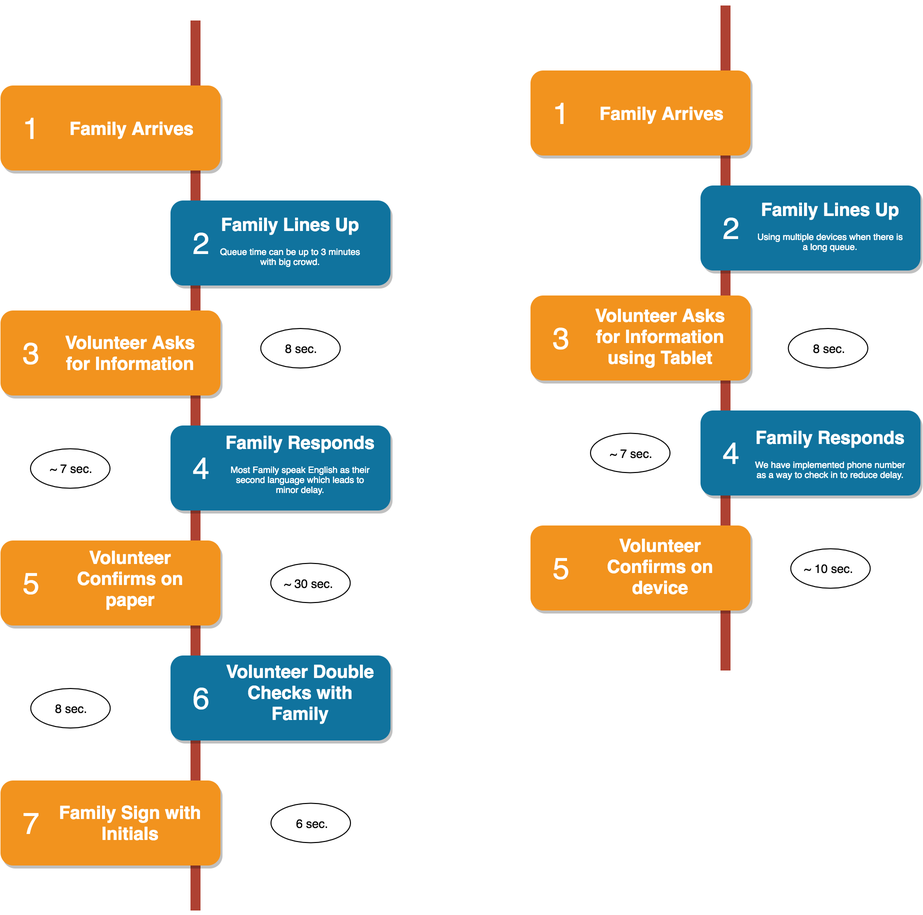
Before: pics/iaatk/iaatk-flowchart.png, a diagram exported from draw.io (matt-hoht/matt-hoht.github.io). Source tidied: cells renumbered, new cells last; positions are measured from the earlier drawing's top-left corner, leaving out a move shared by most shapes.
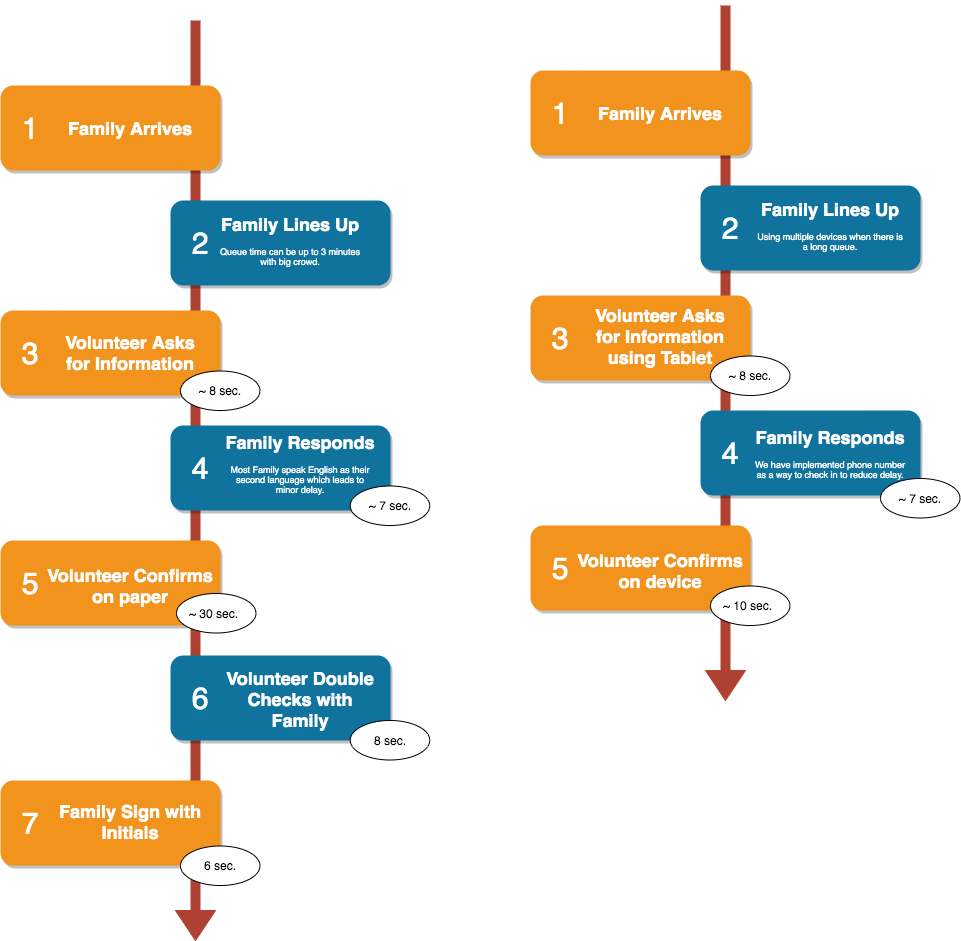
Above is the later version.

Change to the diagram source:
```diff
@@ -60,10 +60,10 @@
       <mxGeometry x="220" y="424.5" width="160" height="77" as="geometry" />
     </mxCell>
     <mxCell id="21" value="&lt;h1&gt;Volunteer Confirms on paper&lt;/h1&gt;" style="text;html=1;spacing=5;spacingTop=-20;whiteSpace=wrap;overflow=hidden;strokeColor=none;strokeWidth=4;fillColor=none;gradientColor=#007FFF;fontSize=9;fontColor=#FFFFFF;align=center;" parent="1" vertex="1">
-      <mxGeometry x="50" y="539.5" width="160" height="77" as="geometry" />
+      <mxGeometry x="40" y="557.8" width="180" height="77" as="geometry" />
     </mxCell>
     <mxCell id="22" value="&lt;h1&gt;Volunteer Double Checks with Family&lt;/h1&gt;&lt;p&gt;Lorem ipsum dolor sit amet, consectetur adipisicing elit, sed do eiusmod tempor incididunt ut labore et dolore magna aliqua.&lt;/p&gt;" style="text;html=1;spacing=5;spacingTop=-20;whiteSpace=wrap;overflow=hidden;strokeColor=none;strokeWidth=4;fillColor=none;gradientColor=#007FFF;fontSize=9;fontColor=#FFFFFF;align=center;" parent="1" vertex="1">
-      <mxGeometry x="220" y="654" width="160" height="77" as="geometry" />
+      <mxGeometry x="220" y="661" width="160" height="77" as="geometry" />
     </mxCell>
     <mxCell id="23" value="&lt;h1&gt;Family Sign with Initials&lt;/h1&gt;" style="text;html=1;spacing=5;spacingTop=-20;whiteSpace=wrap;overflow=hidden;strokeColor=none;strokeWidth=4;fillColor=none;gradientColor=#007FFF;fontSize=9;fontColor=#FFFFFF;align=center;" parent="1" vertex="1">
       <mxGeometry x="50" y="794.5" width="160" height="46" as="geometry" />
@@ -111,58 +111,64 @@
       <mxGeometry x="750" y="420" width="160" height="56" as="geometry" />
     </mxCell>
     <mxCell id="38" value="&lt;h1&gt;Volunteer Confirms on device&lt;/h1&gt;&lt;p&gt;&lt;br&gt;&lt;/p&gt;" style="text;html=1;spacing=5;spacingTop=-20;whiteSpace=wrap;overflow=hidden;strokeColor=none;strokeWidth=4;fillColor=none;gradientColor=#007FFF;fontSize=9;fontColor=#FFFFFF;align=center;" parent="1" vertex="1">
-      <mxGeometry x="580" y="527.8" width="160" height="70.5" as="geometry" />
+      <mxGeometry x="570" y="543.2" width="180" height="70.5" as="geometry" />
     </mxCell>
     <mxCell id="39" style="ellipse;whiteSpace=wrap;html=1;" parent="1" vertex="1">
-      <mxGeometry x="260.2" y="323" width="79.5" height="39.5" as="geometry" />
+      <mxGeometry x="180" y="365.5" width="79.5" height="39.5" as="geometry" />
     </mxCell>
-    <mxCell id="40" value="8 sec." style="text;html=1;strokeColor=none;fillColor=none;align=center;verticalAlign=middle;whiteSpace=wrap;rounded=0;" parent="1" vertex="1">
-      <mxGeometry x="280.2" y="332.8" width="40" height="20" as="geometry" />
+    <mxCell id="40" value="~ 8 sec." style="text;html=1;strokeColor=none;fillColor=none;align=center;verticalAlign=middle;whiteSpace=wrap;rounded=0;" parent="1" vertex="1">
+      <mxGeometry x="194.9" y="375.2" width="49.8" height="20" as="geometry" />
     </mxCell>
     <mxCell id="41" style="ellipse;whiteSpace=wrap;html=1;" parent="1" vertex="1">
-      <mxGeometry x="30" y="443.2" width="79.5" height="39.5" as="geometry" />
+      <mxGeometry x="349.8" y="480.5" width="79.5" height="39.5" as="geometry" />
     </mxCell>
     <mxCell id="42" value="~ 7 sec." style="text;html=1;strokeColor=none;fillColor=none;align=center;verticalAlign=middle;whiteSpace=wrap;rounded=0;" parent="1" vertex="1">
-      <mxGeometry x="44.8" y="453" width="50" height="20" as="geometry" />
+      <mxGeometry x="364.5" y="490.2" width="50" height="20" as="geometry" />
     </mxCell>
     <mxCell id="43" style="ellipse;whiteSpace=wrap;html=1;" parent="1" vertex="1">
-      <mxGeometry x="270.2" y="557.8" width="79.5" height="39.5" as="geometry" />
+      <mxGeometry x="176" y="588" width="79.5" height="39.5" as="geometry" />
     </mxCell>
     <mxCell id="44" value="~ 30 sec." style="text;html=1;strokeColor=none;fillColor=none;align=center;verticalAlign=middle;whiteSpace=wrap;rounded=0;" parent="1" vertex="1">
-      <mxGeometry x="280" y="567.5" width="55.1" height="20" as="geometry" />
+      <mxGeometry x="185.8" y="597.8" width="55.1" height="20" as="geometry" />
     </mxCell>
     <mxCell id="45" style="ellipse;whiteSpace=wrap;html=1;" parent="1" vertex="1">
-      <mxGeometry x="30.2" y="683" width="79.5" height="39.5" as="geometry" />
+      <mxGeometry x="349.8" y="715" width="79.5" height="39.5" as="geometry" />
     </mxCell>
     <mxCell id="46" value="8 sec." style="text;html=1;strokeColor=none;fillColor=none;align=center;verticalAlign=middle;whiteSpace=wrap;rounded=0;" parent="1" vertex="1">
-      <mxGeometry x="50.2" y="692.8" width="40" height="20" as="geometry" />
+      <mxGeometry x="369.8" y="724.8" width="40" height="20" as="geometry" />
     </mxCell>
     <mxCell id="47" style="ellipse;whiteSpace=wrap;html=1;" parent="1" vertex="1">
-      <mxGeometry x="270.5" y="797.8" width="79.5" height="39.5" as="geometry" />
+      <mxGeometry x="180" y="840.5" width="79.5" height="39.5" as="geometry" />
     </mxCell>
     <mxCell id="48" value="6 sec." style="text;html=1;strokeColor=none;fillColor=none;align=center;verticalAlign=middle;whiteSpace=wrap;rounded=0;" parent="1" vertex="1">
-      <mxGeometry x="290.5" y="807.5" width="40" height="20" as="geometry" />
+      <mxGeometry x="200" y="850.2" width="40" height="20" as="geometry" />
     </mxCell>
     <mxCell id="49" value="&lt;h1&gt;Family Arrives&lt;/h1&gt;" style="text;html=1;spacing=5;spacingTop=-20;whiteSpace=wrap;overflow=hidden;strokeColor=none;strokeWidth=4;fillColor=none;gradientColor=#007FFF;fontSize=9;fontColor=#FFFFFF;align=center;" parent="1" vertex="1">
       <mxGeometry x="580" y="96.2" width="160" height="23.5" as="geometry" />
     </mxCell>
     <mxCell id="50" style="ellipse;whiteSpace=wrap;html=1;" parent="1" vertex="1">
-      <mxGeometry x="790.2" y="543.2" width="79.5" height="39.5" as="geometry" />
+      <mxGeometry x="710" y="580.5" width="79.5" height="39.5" as="geometry" />
     </mxCell>
     <mxCell id="51" value="~ 10 sec." style="text;html=1;strokeColor=none;fillColor=none;align=center;verticalAlign=middle;whiteSpace=wrap;rounded=0;" parent="1" vertex="1">
-      <mxGeometry x="800" y="553" width="55.1" height="20" as="geometry" />
+      <mxGeometry x="719.7" y="590.2" width="55.1" height="20" as="geometry" />
     </mxCell>
-    <mxCell id="52" style="ellipse;whiteSpace=wrap;html=1;" parent="1" vertex="1">
-      <mxGeometry x="787.8" y="323" width="79.5" height="39.5" as="geometry" />
-    </mxCell>
-    <mxCell id="53" value="8 sec." style="text;html=1;strokeColor=none;fillColor=none;align=center;verticalAlign=middle;whiteSpace=wrap;rounded=0;" parent="1" vertex="1">
-      <mxGeometry x="807.8" y="332.8" width="40" height="20" as="geometry" />
-    </mxCell>
     <mxCell id="54" style="ellipse;whiteSpace=wrap;html=1;" parent="1" vertex="1">
-      <mxGeometry x="590" y="427.8" width="79.5" height="39.5" as="geometry" />
+      <mxGeometry x="880" y="473" width="79.5" height="39.5" as="geometry" />
     </mxCell>
     <mxCell id="55" value="~ 7 sec." style="text;html=1;strokeColor=none;fillColor=none;align=center;verticalAlign=middle;whiteSpace=wrap;rounded=0;" parent="1" vertex="1">
-      <mxGeometry x="604.8" y="437.5" width="50" height="20" as="geometry" />
+      <mxGeometry x="894.8" y="482.8" width="50" height="20" as="geometry" />
     </mxCell>
+    <mxCell id="56" style="ellipse;whiteSpace=wrap;html=1;" parent="1" vertex="1">
+      <mxGeometry x="710" y="350.5" width="79.5" height="39.5" as="geometry" />
+    </mxCell>
+    <mxCell id="57" value="~ 8 sec." style="text;html=1;strokeColor=none;fillColor=none;align=center;verticalAlign=middle;whiteSpace=wrap;rounded=0;" parent="1" vertex="1">
+      <mxGeometry x="724.9" y="360.2" width="49.8" height="20" as="geometry" />
+    </mxCell>
+    <mxCell id="58" style="triangle;whiteSpace=wrap;html=1;rotation=90;fillColor=#AE4132;strokeColor=#AE4132;" parent="1" vertex="1">
+      <mxGeometry x="180" y="900" width="30" height="40" as="geometry" />
+    </mxCell>
+    <mxCell id="59" style="triangle;whiteSpace=wrap;html=1;rotation=90;fillColor=#AE4132;strokeColor=#AE4132;" parent="1" vertex="1">
+      <mxGeometry x="710" y="660" width="30" height="40" as="geometry" />
+    </mxCell>
   </root>
 </mxGraphModel>
```
